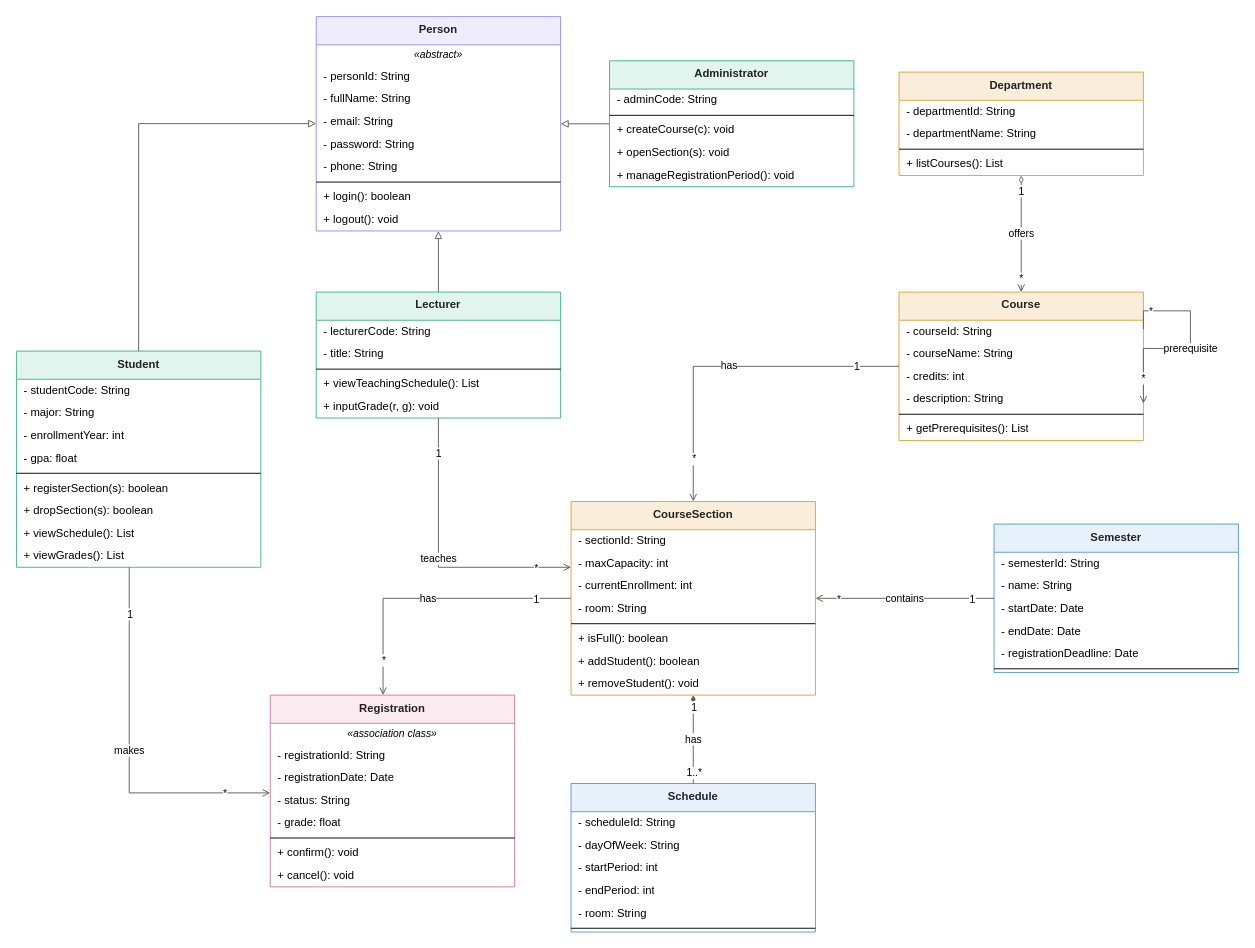
The draw.io diagram Class Diagram.drawio.xml in cocktailcold/CNPM-GROUP-7-10-2026, before the edit. Source tidied: cells renumbered, new cells numbered last; positions are measured from the earlier drawing's top-left corner, leaving out a move shared by most shapes. Both pictures are drawn from the tidied source at 94%, with x=0, y=0 at pixel (16, 16).
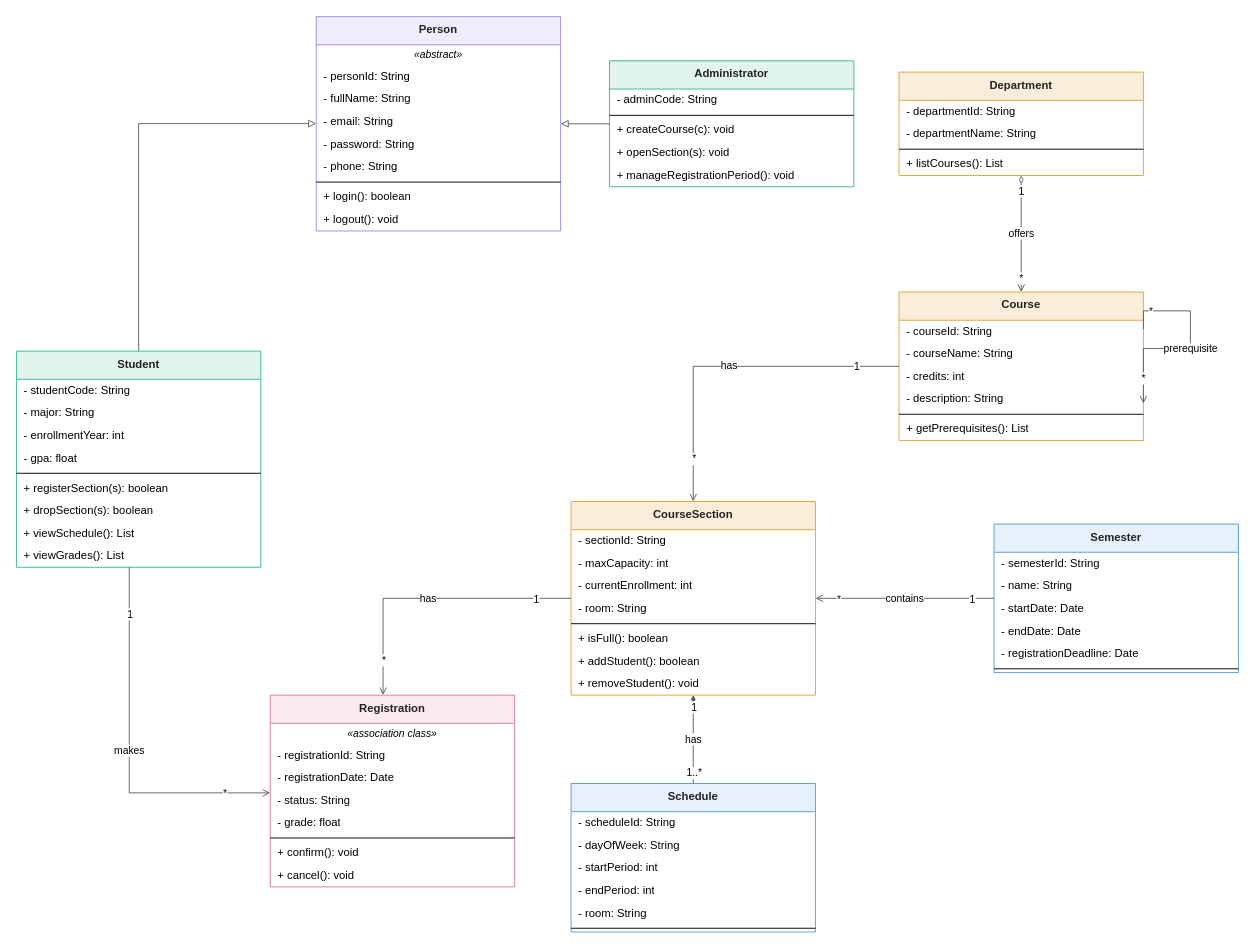
The same page after the edit.

Unchanged cells that the change refers to:
```xml
<mxCell id="2" value="Person" style="swimlane;fontStyle=1;align=center;verticalAlign=top;horizontal=1;startSize=30;fillColor=#EEEDFE;strokeColor=#9A8CF0;fontColor=#222222;swimlaneFillColor=#FFFFFF;" parent="1" vertex="1">
  <mxGeometry x="318.9" y="0.2" width="260" height="228" as="geometry" />
</mxCell>
<mxCell id="46" value="CourseSection" style="swimlane;fontStyle=1;align=center;verticalAlign=top;horizontal=1;startSize=30;fillColor=#FAEEDA;strokeColor=#E0A53A;fontColor=#222222;swimlaneFillColor=#FFFFFF;" parent="1" vertex="1">
  <mxGeometry x="590" y="516" width="260" height="206" as="geometry" />
</mxCell>
```

Change to the diagram source:
```diff
@@
-    <mxCell id="22" value="Lecturer" style="swimlane;fontStyle=1;align=center;verticalAlign=top;horizontal=1;startSize=30;fillColor=#E1F5EE;strokeColor=#3BB890;fontColor=#222222;swimlaneFillColor=#FFFFFF;" parent="1" vertex="1">
-      <mxGeometry x="318.9" y="293.2" width="260" height="134" as="geometry" />
-    </mxCell>
-    <mxCell id="23" value="- lecturerCode: String" style="text;html=1;align=left;verticalAlign=middle;spacingLeft=6;spacingRight=4;overflow=hidden;fontSize=12;" parent="22" vertex="1">
-      <mxGeometry y="30" width="260" height="24" as="geometry" />
-    </mxCell>
-    <mxCell id="24" value="- title: String" style="text;html=1;align=left;verticalAlign=middle;spacingLeft=6;spacingRight=4;overflow=hidden;fontSize=12;" parent="22" vertex="1">
-      <mxGeometry y="54" width="260" height="24" as="geometry" />
-    </mxCell>
-    <mxCell id="25" style="line;strokeWidth=1;fillColor=none;align=left;verticalAlign=middle;spacingTop=-1;spacingLeft=3;spacingRight=3;labelPosition=right;" parent="22" vertex="1">
-      <mxGeometry y="78" width="260" height="8" as="geometry" />
-    </mxCell>
-    <mxCell id="26" value="+ viewTeachingSchedule(): List" style="text;html=1;align=left;verticalAlign=middle;spacingLeft=6;spacingRight=4;overflow=hidden;fontSize=12;" parent="22" vertex="1">
-      <mxGeometry y="86" width="260" height="24" as="geometry" />
-    </mxCell>
-    <mxCell id="27" value="+ inputGrade(r, g): void" style="text;html=1;align=left;verticalAlign=middle;spacingLeft=6;spacingRight=4;overflow=hidden;fontSize=12;" parent="22" vertex="1">
-      <mxGeometry y="110" width="260" height="24" as="geometry" />
-    </mxCell>
@@
-    <mxCell id="79" style="edgeStyle=orthogonalEdgeStyle;rounded=0;html=1;jettySize=auto;strokeColor=#5F5E5A;endArrow=block;endFill=0;startArrow=none;" parent="1" edge="1" source="22" target="2">
-      <mxGeometry relative="1" as="geometry" />
-    </mxCell>
@@
-    <mxCell id="87" value="teaches" style="edgeStyle=orthogonalEdgeStyle;rounded=0;html=1;jettySize=auto;strokeColor=#5F5E5A;endArrow=open;endFill=1;startArrow=none;" parent="1" edge="1" source="22" target="46">
-      <mxGeometry relative="1" as="geometry">
-        <Array as="points">
-          <mxPoint x="449" y="586" />
-        </Array>
-      </mxGeometry>
-    </mxCell>
-    <mxCell id="88" value="1" style="edgeLabel;html=1;align=center;verticalAlign=middle;fontSize=11;" parent="87" vertex="1">
-      <mxGeometry x="-0.75" relative="1" as="geometry" />
-    </mxCell>
-    <mxCell id="89" value="*" style="edgeLabel;html=1;align=center;verticalAlign=middle;fontSize=11;" parent="87" vertex="1">
-      <mxGeometry x="0.75" relative="1" as="geometry" />
-    </mxCell>
```
